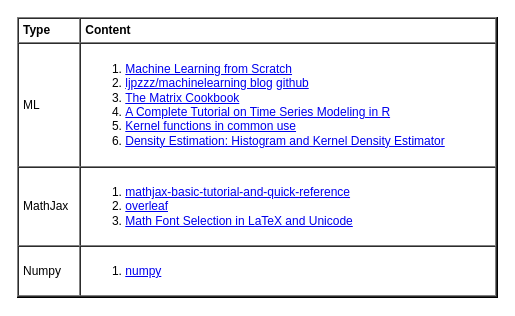
The draw.io diagram page "References" (9 of 9) of ml/ml.drawio in yangdj/tf_docs, before the edit. Source tidied: cells renumbered, new cells numbered last; positions are measured from the earlier drawing's top-left corner, leaving out a move shared by most shapes. Both pictures are drawn from the tidied source at 100%, with x=0, y=0 at pixel (17, 17).
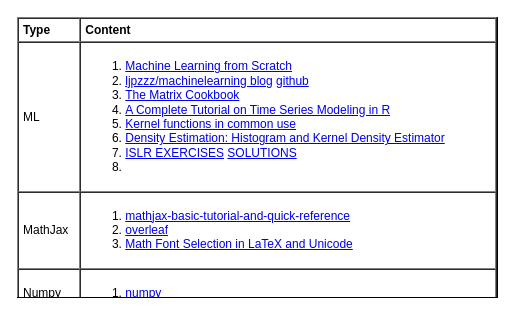
Above is the later version.

What changed in the source:
```diff
@@
 <mxGraphModel>
   <root>
     <mxCell id="0" />
     <mxCell id="1" parent="0" />
-    <mxCell id="2" value="&lt;table cellpadding=&quot;4&quot; cellspacing=&quot;0&quot; border=&quot;1&quot; style=&quot;font-size: 1em ; width: 100% ; height: 100%&quot;&gt;&lt;tbody&gt;&lt;tr&gt;&lt;th&gt;Type&lt;/th&gt;&lt;th&gt;Content&lt;/th&gt;&lt;/tr&gt;&lt;tr&gt;&lt;td&gt;ML&lt;/td&gt;&lt;td&gt;&lt;ol&gt;&lt;li&gt;&lt;a href=&quot;https://dafriedman97.github.io/mlbook/content/introduction.html&quot;&gt;Machine Learning from Scratch&lt;br&gt;&lt;/a&gt;&lt;/li&gt;&lt;li&gt;&lt;a href=&quot;https://www.cnblogs.com/pinard&quot;&gt;ljpzzz/machinelearning&amp;nbsp;blog&lt;/a&gt;&amp;nbsp;&lt;a href=&quot;https://github.com/ljpzzz/machinelearning&quot;&gt;github&lt;/a&gt;&lt;/li&gt;&lt;li&gt;&lt;a href=&quot;https://www.math.uwaterloo.ca/~hwolkowi/matrixcookbook.pdf&quot;&gt;The Matrix Cookbook&lt;/a&gt;&lt;br&gt;&lt;/li&gt;&lt;li&gt;&lt;a href=&quot;https://www.analyticsvidhya.com/blog/2015/12/complete-tutorial-time-series-modeling/&quot;&gt;A Complete Tutorial on Time Series Modeling in R&lt;/a&gt;&lt;br&gt;&lt;/li&gt;&lt;li&gt;&lt;a href=&quot;https://en.wikipedia.org/wiki/Kernel_(statistics)#Kernel_functions_in_common_use&quot;&gt;Kernel functions in common use&lt;/a&gt;&lt;br&gt;&lt;/li&gt;&lt;li&gt;&lt;a href=&quot;http://faculty.washington.edu/yenchic/18W_425/Lec6_hist_KDE.pdf&quot;&gt;Density Estimation: Histogram and Kernel Density Estimator&lt;/a&gt;&lt;br&gt;&lt;/li&gt;&lt;/ol&gt;&lt;/td&gt;&lt;/tr&gt;&lt;tr&gt;&lt;td&gt;MathJax&lt;/td&gt;&lt;td&gt;&lt;ol&gt;&lt;li&gt;&lt;a href=&quot;https://math.meta.stackexchange.com/questions/5020/mathjax-basic-tutorial-and-quick-reference&quot;&gt;mathjax-basic-tutorial-and-quick-reference&lt;/a&gt;&lt;/li&gt;&lt;li&gt;&lt;a href=&quot;https://www.overleaf.com/learn/latex/Mathematical_expressions&quot;&gt;overleaf&lt;/a&gt;&lt;/li&gt;&lt;li&gt;&lt;a href=&quot;http://milde.users.sourceforge.net/LUCR/Math/math-font-selection.xhtml&quot;&gt;Math Font Selection in LaTeX and Unicode&lt;br&gt;&lt;/a&gt;&lt;/li&gt;&lt;/ol&gt;&lt;/td&gt;&lt;/tr&gt;&lt;tr&gt;&lt;td&gt;Numpy&lt;/td&gt;&lt;td&gt;&lt;ol&gt;&lt;li&gt;&lt;a href=&quot;https://numpy.org/devdocs/reference/index.html#reference&quot;&gt;numpy&lt;/a&gt;&lt;/li&gt;&lt;/ol&gt;&lt;/td&gt;&lt;/tr&gt;&lt;/tbody&gt;&lt;/table&gt; " style="verticalAlign=top;align=left;overflow=fill;fontSize=12;fontFamily=Helvetica;html=1;" parent="1" vertex="1">
+    <mxCell id="2" value="&lt;table cellpadding=&quot;4&quot; cellspacing=&quot;0&quot; border=&quot;1&quot; style=&quot;font-size: 1em ; width: 100% ; height: 100%&quot;&gt;&lt;tbody&gt;&lt;tr&gt;&lt;th&gt;Type&lt;/th&gt;&lt;th&gt;Content&lt;/th&gt;&lt;/tr&gt;&lt;tr&gt;&lt;td&gt;ML&lt;/td&gt;&lt;td&gt;&lt;ol&gt;&lt;li&gt;&lt;a href=&quot;https://dafriedman97.github.io/mlbook/content/introduction.html&quot;&gt;Machine Learning from Scratch&lt;br&gt;&lt;/a&gt;&lt;/li&gt;&lt;li&gt;&lt;a href=&quot;https://www.cnblogs.com/pinard&quot;&gt;ljpzzz/machinelearning&amp;nbsp;blog&lt;/a&gt;&amp;nbsp;&lt;a href=&quot;https://github.com/ljpzzz/machinelearning&quot;&gt;github&lt;/a&gt;&lt;/li&gt;&lt;li&gt;&lt;a href=&quot;https://www.math.uwaterloo.ca/~hwolkowi/matrixcookbook.pdf&quot;&gt;The Matrix Cookbook&lt;/a&gt;&lt;br&gt;&lt;/li&gt;&lt;li&gt;&lt;a href=&quot;https://www.analyticsvidhya.com/blog/2015/12/complete-tutorial-time-series-modeling/&quot;&gt;A Complete Tutorial on Time Series Modeling in R&lt;/a&gt;&lt;br&gt;&lt;/li&gt;&lt;li&gt;&lt;a href=&quot;https://en.wikipedia.org/wiki/Kernel_(statistics)#Kernel_functions_in_common_use&quot;&gt;Kernel functions in common use&lt;/a&gt;&lt;br&gt;&lt;/li&gt;&lt;li&gt;&lt;a href=&quot;http://faculty.washington.edu/yenchic/18W_425/Lec6_hist_KDE.pdf&quot;&gt;Density Estimation: Histogram and Kernel Density Estimator&lt;/a&gt;&lt;br&gt;&lt;/li&gt;&lt;li&gt;&lt;a href=&quot;http://yahwes.github.io/ISLR/&quot;&gt;ISLR EXERCISES&lt;/a&gt;&amp;nbsp;&lt;a href=&quot;https://blog.princehonest.com/stat-learning/&quot;&gt;SOLUTIONS&lt;/a&gt;&lt;br&gt;&lt;/li&gt;&lt;li&gt;&lt;br&gt;&lt;/li&gt;&lt;/ol&gt;&lt;/td&gt;&lt;/tr&gt;&lt;tr&gt;&lt;td&gt;MathJax&lt;/td&gt;&lt;td&gt;&lt;ol&gt;&lt;li&gt;&lt;a href=&quot;https://math.meta.stackexchange.com/questions/5020/mathjax-basic-tutorial-and-quick-reference&quot;&gt;mathjax-basic-tutorial-and-quick-reference&lt;/a&gt;&lt;/li&gt;&lt;li&gt;&lt;a href=&quot;https://www.overleaf.com/learn/latex/Mathematical_expressions&quot;&gt;overleaf&lt;/a&gt;&lt;/li&gt;&lt;li&gt;&lt;a href=&quot;http://milde.users.sourceforge.net/LUCR/Math/math-font-selection.xhtml&quot;&gt;Math Font Selection in LaTeX and Unicode&lt;br&gt;&lt;/a&gt;&lt;/li&gt;&lt;/ol&gt;&lt;/td&gt;&lt;/tr&gt;&lt;tr&gt;&lt;td&gt;Numpy&lt;/td&gt;&lt;td&gt;&lt;ol&gt;&lt;li&gt;&lt;a href=&quot;https://numpy.org/devdocs/reference/index.html#reference&quot;&gt;numpy&lt;/a&gt;&lt;/li&gt;&lt;/ol&gt;&lt;/td&gt;&lt;/tr&gt;&lt;/tbody&gt;&lt;/table&gt; " style="verticalAlign=top;align=left;overflow=fill;fontSize=12;fontFamily=Helvetica;html=1;" parent="1" vertex="1">
       <mxGeometry width="480" height="280" as="geometry" />
     </mxCell>
   </root>
 </mxGraphModel>
```
